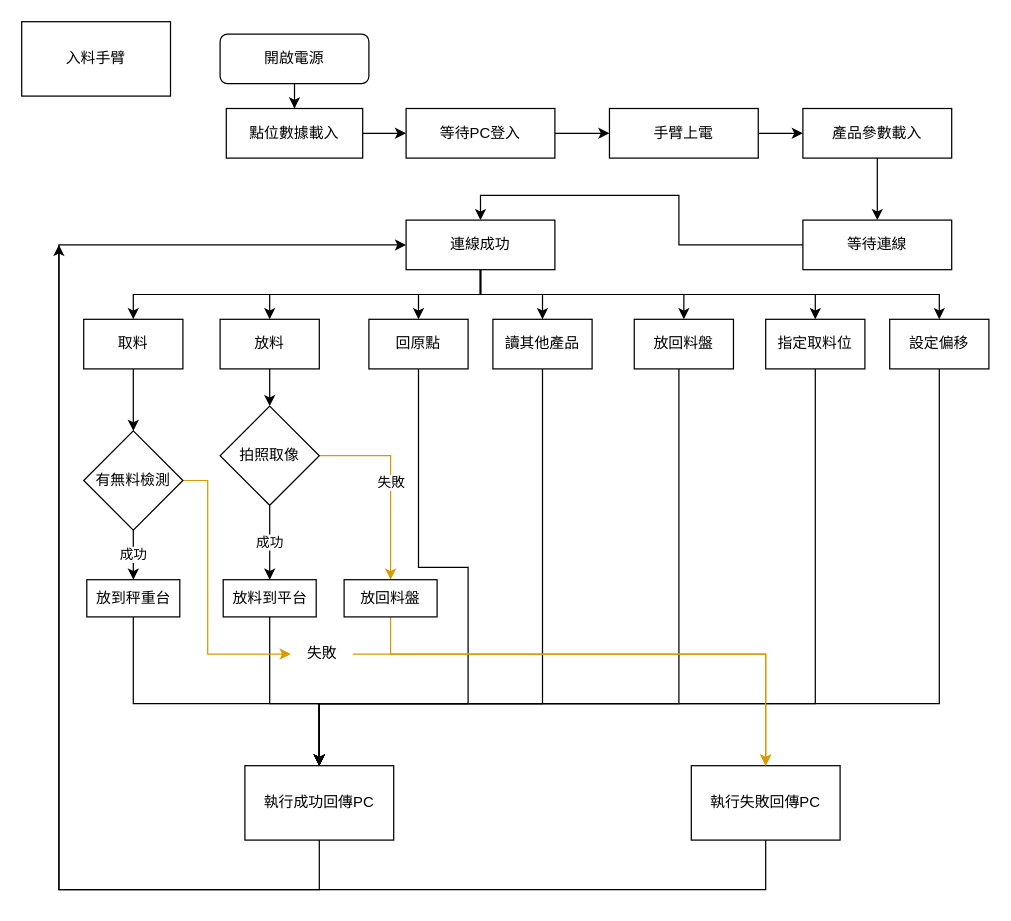
RickLin19921104/murder keeps this draw.io diagram as page "Page-1" (1 of 3) of 未命名绘图.drawio. Above is the earlier version. Source tidied: cells renumbered, new cells numbered last; positions are measured from the earlier drawing's top-left corner, leaving out a move shared by most shapes. Both pictures are drawn from the tidied source at 124%, with x=0, y=0 at pixel (21, 21).
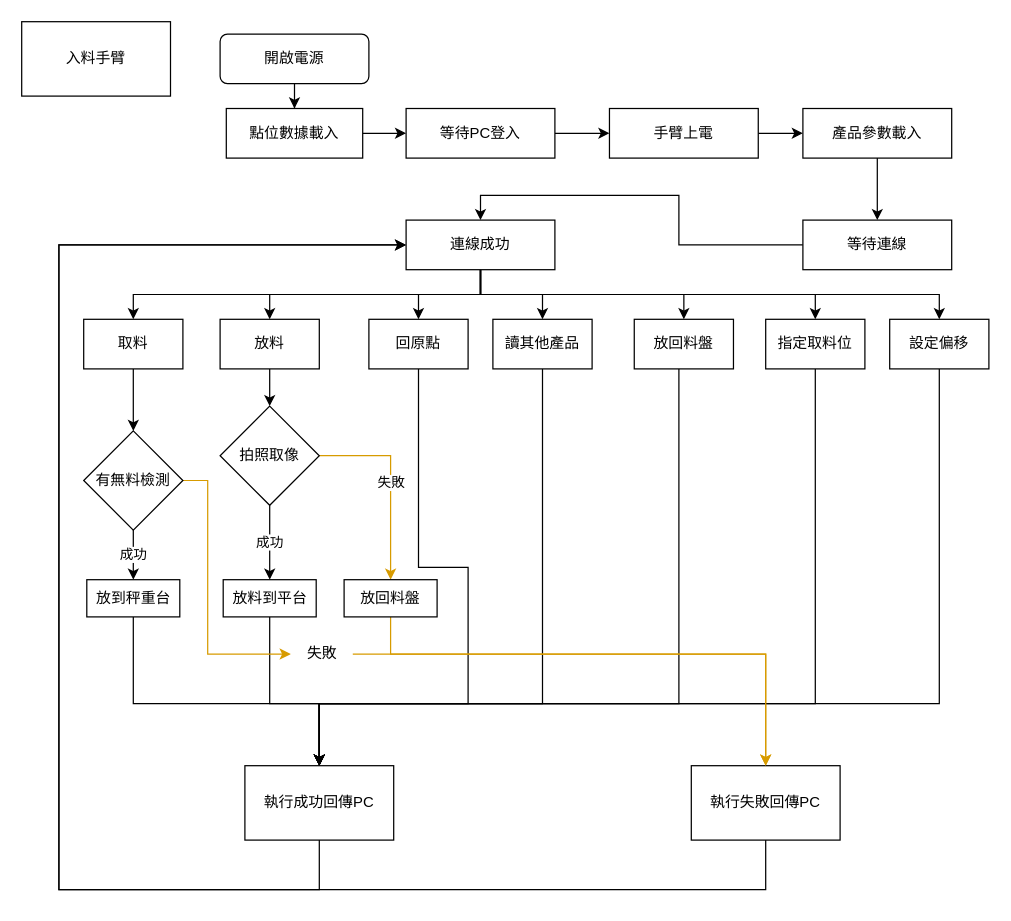
After the change.

Unchanged cells that the change refers to:
```xml
<mxCell id="19" value="連線成功" style="rounded=0;whiteSpace=wrap;html=1;" parent="1" vertex="1">
  <mxGeometry x="310" y="160" width="120" height="40" as="geometry" />
</mxCell>
<mxCell id="41" value="執行失敗回傳PC" style="rounded=0;whiteSpace=wrap;html=1;" parent="1" vertex="1">
  <mxGeometry x="540" y="600" width="120" height="60" as="geometry" />
</mxCell>
```

Change to the diagram source:
```diff
@@
-    <mxCell id="40" style="edgeStyle=orthogonalEdgeStyle;rounded=0;jettySize=auto;html=1;" parent="1" edge="1" source="41">
-      <mxGeometry relative="1" as="geometry">
-        <mxPoint x="30" y="180" as="targetPoint" />
-        <Array as="points">
-          <mxPoint x="600" y="700" />
-        </Array>
-      </mxGeometry>
-    </mxCell>
+    <mxCell id="55" style="edgeStyle=orthogonalEdgeStyle;rounded=0;jettySize=auto;html=1;entryX=0;entryY=0.5;entryDx=0;entryDy=0;" parent="1" edge="1" source="41" target="19">
+      <mxGeometry relative="1" as="geometry">
+        <Array as="points">
+          <mxPoint x="600" y="700" />
+          <mxPoint x="30" y="700" />
+          <mxPoint x="30" y="180" />
+        </Array>
+      </mxGeometry>
+    </mxCell>
```
